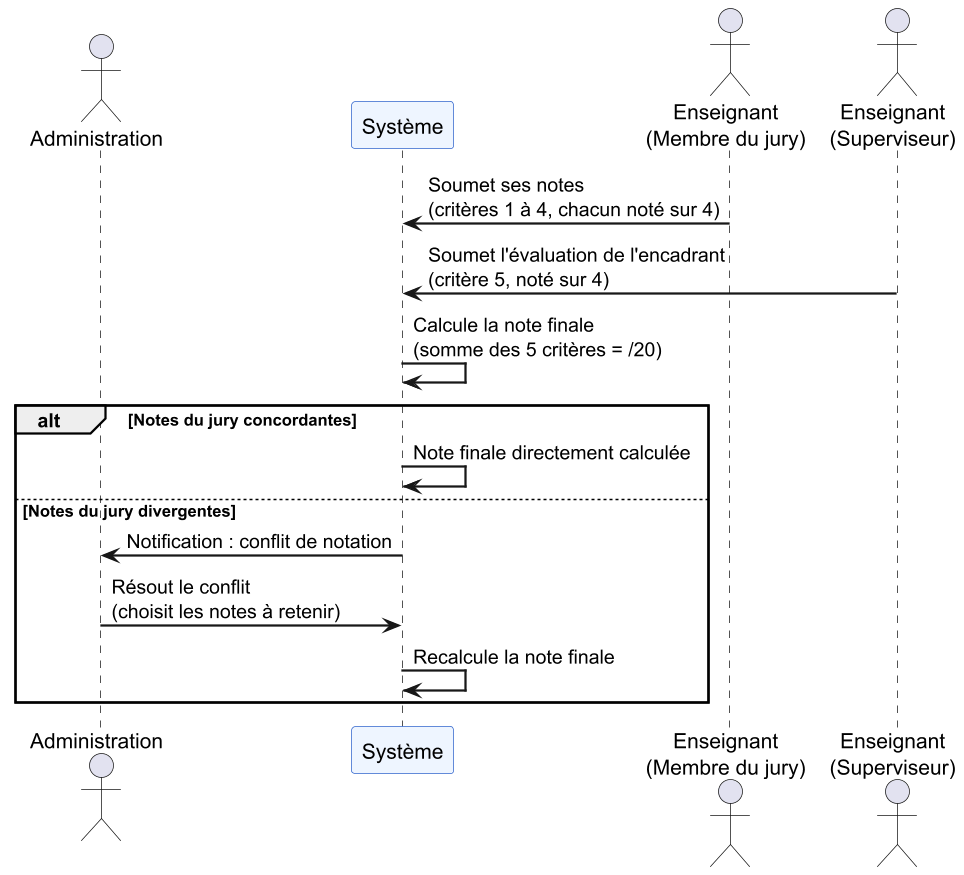
This is diagrams/seq-notation.png from rhpo/pfe-enhanced, a PlantUML export, as it was before one commit.
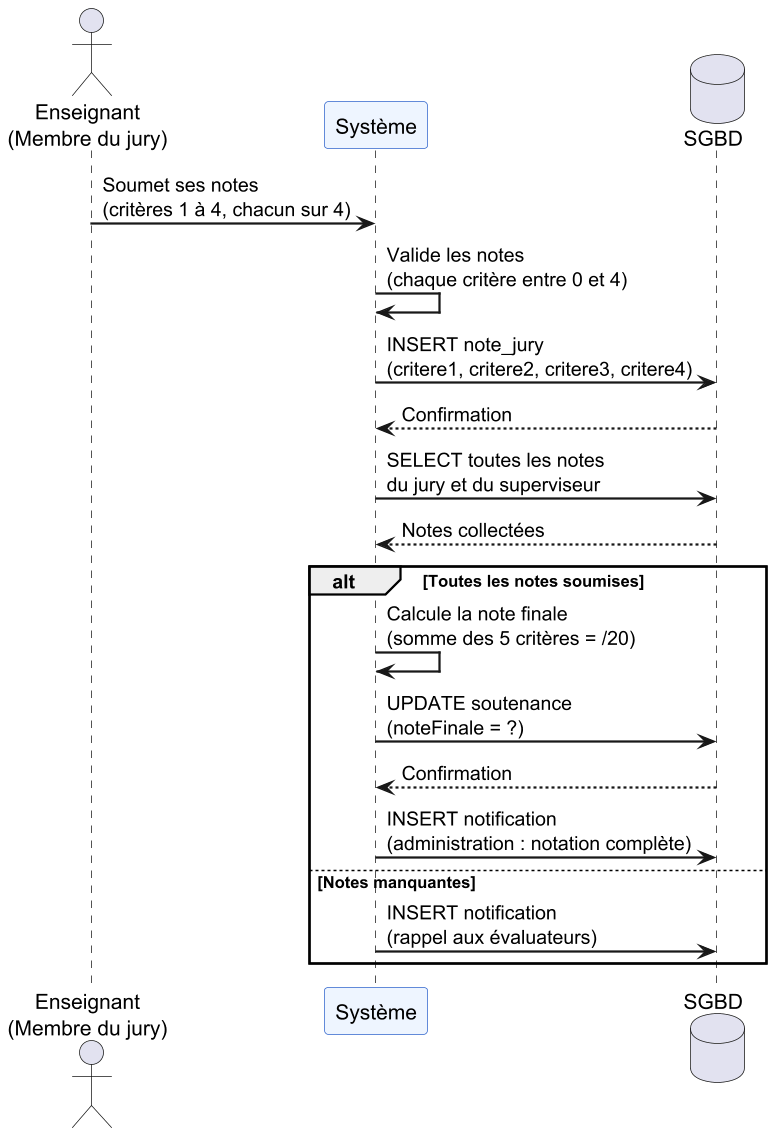
After the commit.

What changed in the source:
```diff
@@ -4,21 +4,24 @@
 skinparam sequenceParticipantBackgroundColor #EEF5FF
 skinparam sequenceParticipantBorderColor #3366CC
 
-actor "Administration" as A
+actor "Enseignant\n(Membre du jury)" as J
 participant "Système" as S
-actor "Enseignant\n(Membre du jury)" as J
-actor "Enseignant\n(Superviseur)" as T
+database "SGBD" as DB
 
-J -> S : Soumet ses notes\n(critères 1 à 4, chacun noté sur 4)
-T -> S : Soumet l'évaluation de l'encadrant\n(critère 5, noté sur 4)
+J -> S : Soumet ses notes\n(critères 1 à 4, chacun sur 4)
+S -> S : Valide les notes\n(chaque critère entre 0 et 4)
+S -> DB : INSERT note_jury\n(critere1, critere2, critere3, critere4)
+DB --> S : Confirmation
 
-S -> S : Calcule la note finale\n(somme des 5 critères = /20)
+S -> DB : SELECT toutes les notes\ndu jury et du superviseur
+DB --> S : Notes collectées
 
-alt Notes du jury concordantes
-  S -> S : Note finale directement calculée
-else Notes du jury divergentes
-  S -> A : Notification : conflit de notation
-  A -> S : Résout le conflit\n(choisit les notes à retenir)
-  S -> S : Recalcule la note finale
+alt Toutes les notes soumises
+  S -> S : Calcule la note finale\n(somme des 5 critères = /20)
+  S -> DB : UPDATE soutenance\n(noteFinale = ?)
+  DB --> S : Confirmation
+  S -> DB : INSERT notification\n(administration : notation complète)
+else Notes manquantes
+  S -> DB : INSERT notification\n(rappel aux évaluateurs)
 end
 @enduml
```
